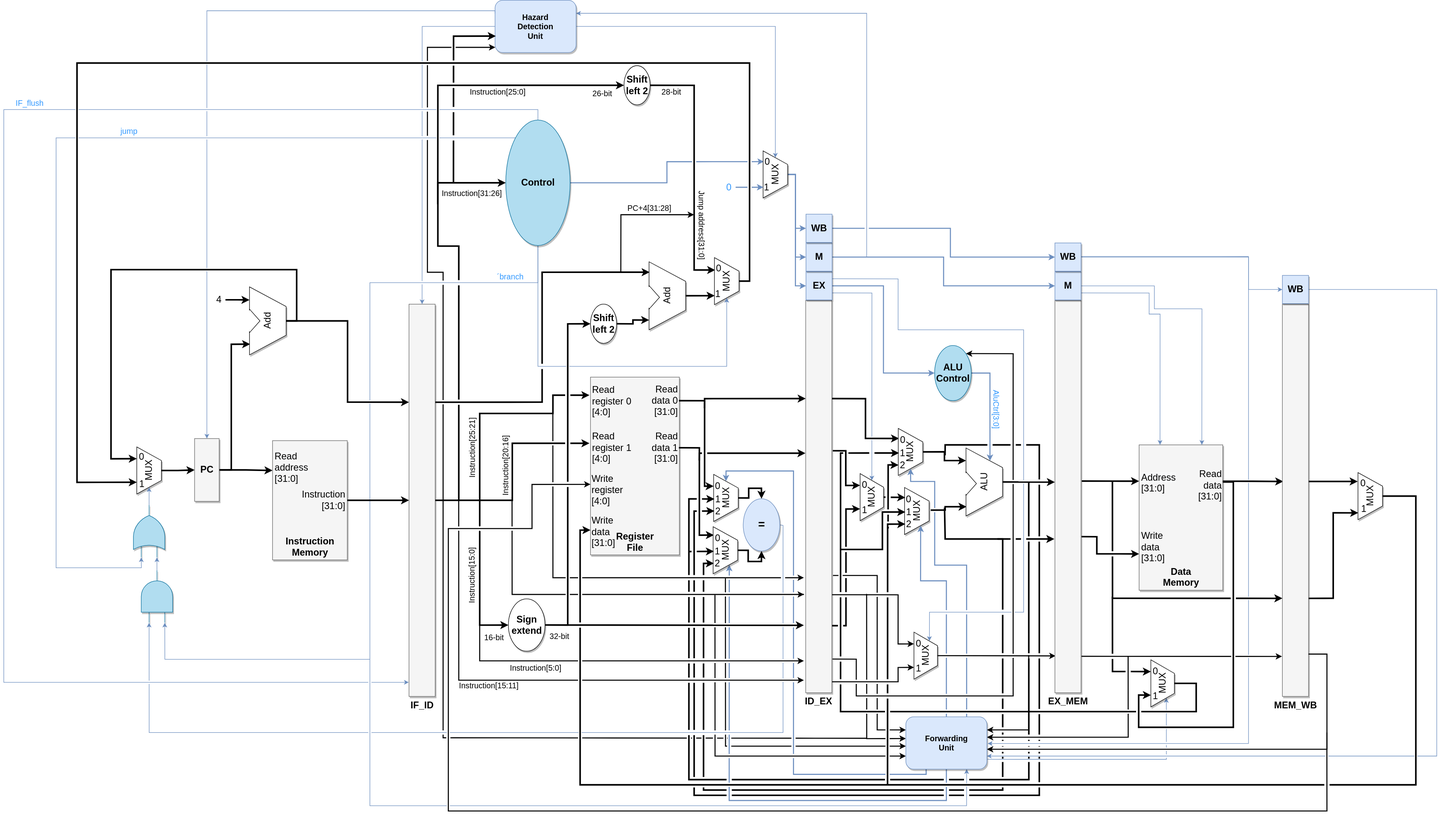
Above: pipeline/alib/MIPS_structure.svg in UandersonSilva/MIPS (draw.io), before the change. Source tidied: cells renumbered, new cells last; positions are measured from the earlier drawing's top-left corner, leaving out a move shared by most shapes.
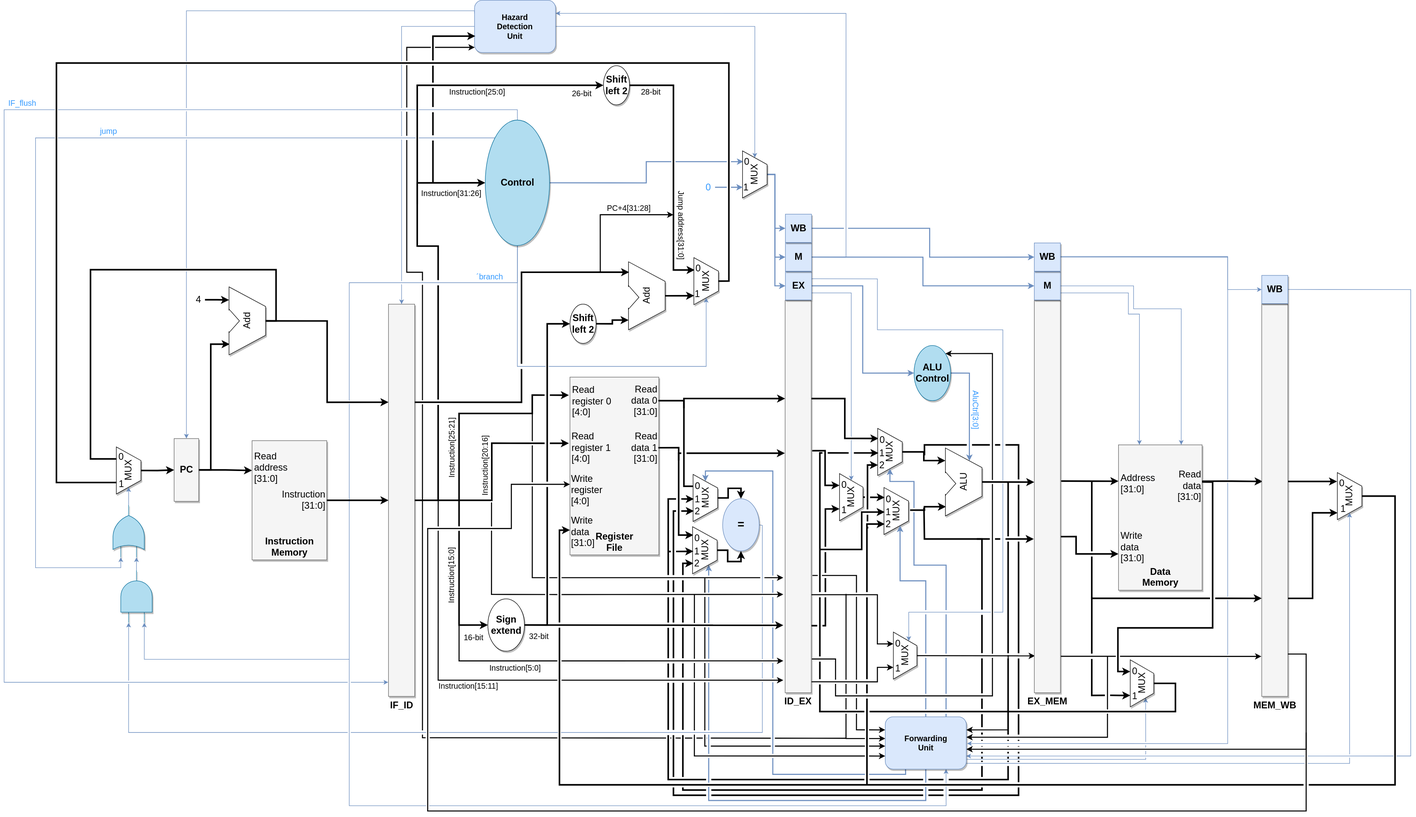
After the change.

Commit message:
strcucture corrected.

Change to the diagram source:
```diff
@@ -171,13 +171,13 @@
     <mxCell id="44" value="&lt;br&gt;Write data&lt;br&gt;[31:0]" style="text;html=1;strokeColor=none;fillColor=none;align=left;verticalAlign=middle;whiteSpace=wrap;rounded=0;shadow=0;fontSize=18;" parent="1" vertex="1">
       <mxGeometry x="2173" y="1019.5" width="81" height="30" as="geometry" />
     </mxCell>
-    <mxCell id="45" style="edgeStyle=orthogonalEdgeStyle;rounded=0;jumpStyle=gap;jettySize=auto;html=1;exitX=1;exitY=0.25;exitDx=0;exitDy=0;entryX=0.25;entryY=0;entryDx=0;entryDy=0;strokeWidth=3;fontFamily=Helvetica;fontSize=12;fontColor=#3399FF;" parent="1" edge="1" source="46" target="202">
+    <mxCell id="45" style="edgeStyle=orthogonalEdgeStyle;rounded=0;jumpStyle=gap;jettySize=auto;html=1;exitX=1;exitY=0.25;exitDx=0;exitDy=0;strokeWidth=3;fontFamily=Helvetica;fontSize=12;fontColor=#3399FF;entryX=0.75;entryY=0;entryDx=0;entryDy=0;" parent="1" edge="1" source="46" target="202">
       <mxGeometry relative="1" as="geometry">
         <Array as="points">
           <mxPoint x="2351" y="921" />
-          <mxPoint x="2351" y="1390" />
-          <mxPoint x="2170" y="1390" />
-          <mxPoint x="2170" y="1329" />
+          <mxPoint x="2351" y="1200" />
+          <mxPoint x="2170" y="1200" />
+          <mxPoint x="2170" y="1284" />
         </Array>
       </mxGeometry>
     </mxCell>
@@ -318,9 +318,9 @@
     <mxCell id="73" style="edgeStyle=orthogonalEdgeStyle;rounded=0;jumpStyle=gap;jettySize=auto;html=1;exitX=0.5;exitY=0;exitDx=0;exitDy=0;entryX=-0.01;entryY=0.964;entryDx=0;entryDy=0;strokeWidth=1;fontFamily=Helvetica;fontSize=12;fontColor=default;entryPerimeter=0;fillColor=#dae8fc;strokeColor=#6c8ebf;" parent="1" edge="1" source="75" target="95">
       <mxGeometry relative="1" as="geometry">
         <Array as="points">
-          <mxPoint x="1022" y="209" />
-          <mxPoint y="209" />
-          <mxPoint y="1304" />
+          <mxPoint x="1021" y="209" />
+          <mxPoint x="40" y="209" />
+          <mxPoint x="40" y="1304" />
         </Array>
       </mxGeometry>
     </mxCell>
@@ -628,8 +628,8 @@
     <mxCell id="128" style="edgeStyle=orthogonalEdgeStyle;rounded=0;jumpStyle=gap;jettySize=auto;html=1;exitX=1;exitY=0.5;exitDx=0;exitDy=0;entryX=1;entryY=0.75;entryDx=0;entryDy=0;strokeWidth=1;fontSize=15;fillColor=#dae8fc;strokeColor=#6c8ebf;" parent="1" edge="1" source="129" target="153">
       <mxGeometry relative="1" as="geometry">
         <Array as="points">
-          <mxPoint x="2740" y="553" />
-          <mxPoint x="2740" y="1445" />
+          <mxPoint x="2730" y="553" />
+          <mxPoint x="2730" y="1445" />
         </Array>
       </mxGeometry>
     </mxCell>
@@ -798,6 +798,14 @@
         </Array>
       </mxGeometry>
     </mxCell>
+    <mxCell id="205" style="edgeStyle=orthogonalEdgeStyle;rounded=0;jumpStyle=gap;jettySize=auto;html=1;exitX=1;exitY=1;exitDx=0;exitDy=0;entryX=0;entryY=0.5;entryDx=0;entryDy=0;strokeWidth=1;fontFamily=Helvetica;fontSize=12;fontColor=#3399FF;fillColor=#dae8fc;strokeColor=#6c8ebf;" parent="1" edge="1" target="48">
+      <mxGeometry relative="1" as="geometry">
+        <mxPoint x="1880" y="1459" as="sourcePoint" />
+        <Array as="points">
+          <mxPoint x="2613" y="1459" />
+        </Array>
+      </mxGeometry>
+    </mxCell>
     <mxCell id="153" value="Forwarding&lt;br style=&quot;font-size: 15px;&quot;&gt;Unit" style="rounded=1;whiteSpace=wrap;html=1;fillColor=#dae8fc;strokeColor=#6c8ebf;shadow=1;fontSize=15;fontStyle=1;" parent="1" vertex="1">
       <mxGeometry x="1725" y="1370" width="155" height="100" as="geometry" />
     </mxCell>
@@ -1016,7 +1024,7 @@
       </mxGeometry>
     </mxCell>
     <mxCell id="198" value="&lt;font color=&quot;#3399ff&quot;&gt;IF_flush&lt;/font&gt;" style="text;html=1;strokeColor=none;fillColor=none;align=center;verticalAlign=middle;whiteSpace=wrap;rounded=0;shadow=0;fontSize=15;rotation=0;" parent="1" vertex="1">
-      <mxGeometry x="20" y="186" width="59" height="19" as="geometry" />
+      <mxGeometry x="45" y="186" width="59" height="19" as="geometry" />
     </mxCell>
     <mxCell id="199" value="&lt;font color=&quot;#3399ff&quot;&gt;jump&lt;/font&gt;" style="text;html=1;strokeColor=none;fillColor=none;align=center;verticalAlign=middle;whiteSpace=wrap;rounded=0;shadow=0;fontSize=15;rotation=0;" parent="1" vertex="1">
       <mxGeometry x="210" y="240" width="59" height="19" as="geometry" />
@@ -1024,11 +1032,12 @@
     <mxCell id="200" value="&lt;font color=&quot;#3399ff&quot;&gt;´branch&lt;/font&gt;" style="text;html=1;strokeColor=none;fillColor=none;align=center;verticalAlign=middle;whiteSpace=wrap;rounded=0;shadow=0;fontSize=15;rotation=0;" parent="1" vertex="1">
       <mxGeometry x="939.5" y="518" width="59" height="19" as="geometry" />
     </mxCell>
-    <mxCell id="201" style="edgeStyle=orthogonalEdgeStyle;rounded=0;jumpStyle=gap;jettySize=auto;html=1;exitX=0.75;exitY=0;exitDx=0;exitDy=0;strokeWidth=3;fontFamily=Helvetica;fontSize=12;fontColor=#3399FF;entryX=0.75;entryY=0;entryDx=0;entryDy=0;" parent="1" edge="1" target="202">
+    <mxCell id="201" style="edgeStyle=orthogonalEdgeStyle;rounded=0;jumpStyle=gap;jettySize=auto;html=1;exitX=0.75;exitY=0;exitDx=0;exitDy=0;strokeWidth=3;fontFamily=Helvetica;fontSize=12;fontColor=#3399FF;entryX=0.25;entryY=0;entryDx=0;entryDy=0;" parent="1" edge="1" target="202">
       <mxGeometry relative="1" as="geometry">
         <mxPoint x="2120" y="1140" as="sourcePoint" />
         <Array as="points">
-          <mxPoint x="2120" y="1284" />
+          <mxPoint x="2120" y="1329" />
+          <mxPoint x="2194" y="1329" />
         </Array>
       </mxGeometry>
     </mxCell>
```
